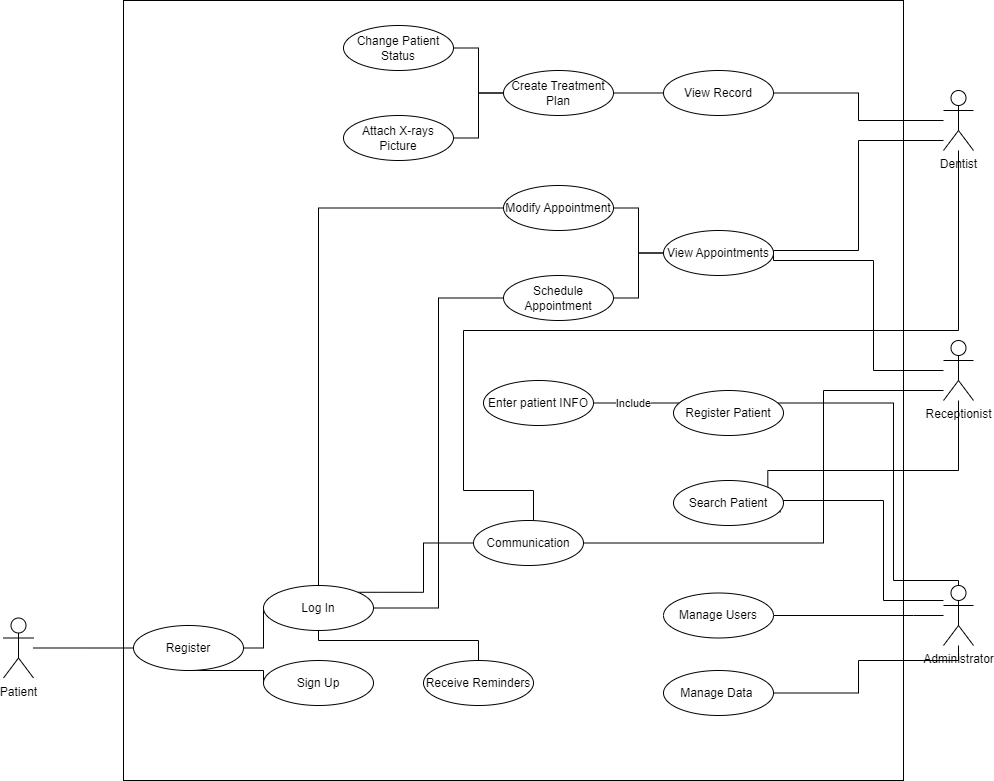
The draw.io diagram UML.drawio.png in MohamedIsa/Dental-Clinic-System, before a commit. Source tidied: cells renumbered, new cells last; positions are measured from the earlier drawing's top-left corner, leaving out a move shared by most shapes.
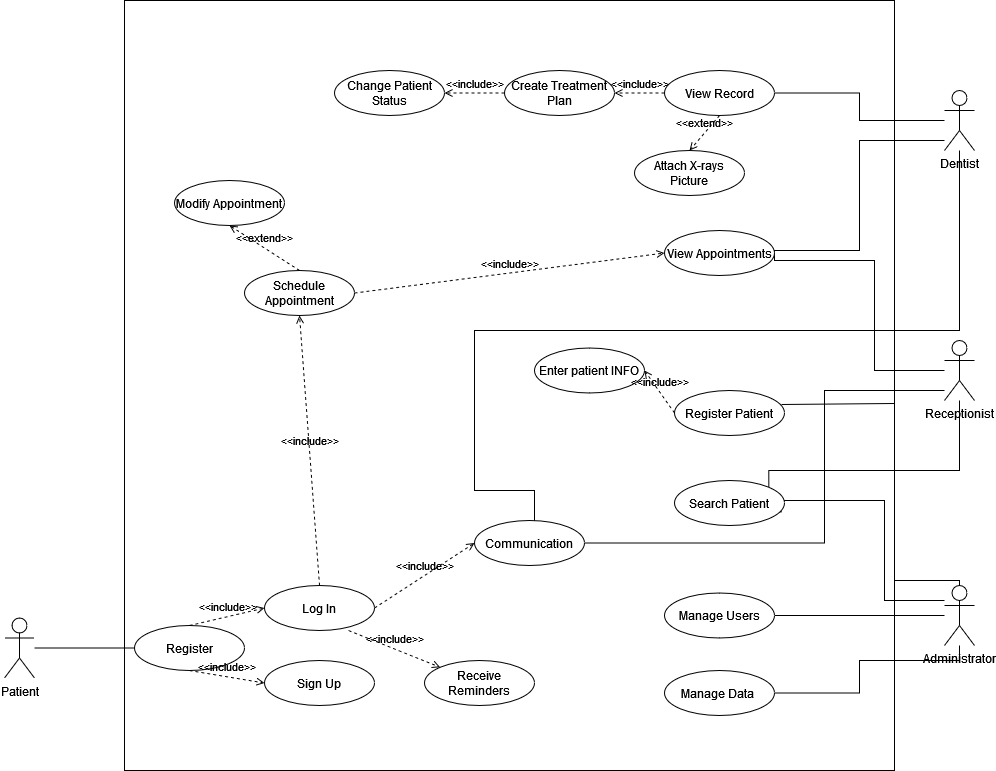
After the commit.

The edit, as a diff of the source:
```diff
@@ -3,7 +3,7 @@
     <mxCell id="0" />
     <mxCell id="1" parent="0" />
     <mxCell id="2" style="whiteSpace=wrap;html=1;" parent="1" vertex="1">
-      <mxGeometry x="120" width="780" height="780" as="geometry" />
+      <mxGeometry x="120" width="770" height="770" as="geometry" />
     </mxCell>
     <mxCell id="3" style="rounded=0;jettySize=auto;html=1;entryX=1;entryY=0.5;entryDx=0;entryDy=0;edgeStyle=orthogonalEdgeStyle;endArrow=none;endFill=0;" parent="1" edge="1" source="6" target="20">
       <mxGeometry relative="1" as="geometry" />
@@ -21,8 +21,8 @@
       <mxGeometry relative="1" as="geometry">
         <Array as="points">
           <mxPoint x="955" y="330" />
-          <mxPoint x="460" y="330" />
-          <mxPoint x="460" y="490" />
+          <mxPoint x="470" y="330" />
+          <mxPoint x="470" y="490" />
           <mxPoint x="530" y="490" />
           <mxPoint x="530" y="543" />
         </Array>
@@ -86,7 +86,7 @@
         </Array>
       </mxGeometry>
     </mxCell>
-    <mxCell id="14" style="edgeStyle=orthogonalEdgeStyle;shape=connector;rounded=0;jettySize=auto;html=1;entryX=1;entryY=0.5;entryDx=0;entryDy=0;labelBackgroundColor=default;strokeColor=default;fontFamily=Helvetica;fontSize=11;fontColor=default;endArrow=none;endFill=0;" parent="1" edge="1" source="16" target="32">
+    <mxCell id="14" style="edgeStyle=orthogonalEdgeStyle;shape=connector;rounded=0;jettySize=auto;html=1;entryX=0.973;entryY=0.311;entryDx=0;entryDy=0;labelBackgroundColor=default;strokeColor=default;fontFamily=Helvetica;fontSize=11;fontColor=default;endArrow=none;endFill=0;entryPerimeter=0;" parent="1" edge="1" source="16" target="34">
       <mxGeometry relative="1" as="geometry">
         <Array as="points">
           <mxPoint x="955" y="580" />
@@ -95,9 +95,6 @@
         </Array>
       </mxGeometry>
     </mxCell>
-    <mxCell id="15" value="Include" style="edgeLabel;html=1;align=center;verticalAlign=middle;fontSize=11;fontFamily=Helvetica;fontColor=default;" parent="14" vertex="1">
-      <mxGeometry x="0.86" relative="1" as="geometry" />
-    </mxCell>
     <mxCell id="16" value="Administrator" style="shape=umlActor;verticalLabelPosition=bottom;verticalAlign=top;html=1;outlineConnect=0;" parent="1" vertex="1">
       <mxGeometry x="940" y="585" width="30" height="60" as="geometry" />
     </mxCell>
@@ -107,47 +104,32 @@
     <mxCell id="18" value="Patient" style="shape=umlActor;verticalLabelPosition=bottom;verticalAlign=top;html=1;outlineConnect=0;" parent="1" vertex="1">
       <mxGeometry y="617.5" width="30" height="60" as="geometry" />
     </mxCell>
-    <mxCell id="19" style="edgeStyle=orthogonalEdgeStyle;shape=connector;rounded=0;jettySize=auto;html=1;exitX=0;exitY=0.5;exitDx=0;exitDy=0;entryX=1;entryY=0.5;entryDx=0;entryDy=0;labelBackgroundColor=default;strokeColor=default;fontFamily=Helvetica;fontSize=11;fontColor=default;endArrow=none;endFill=0;" parent="1" edge="1" source="20" target="23">
-      <mxGeometry relative="1" as="geometry" />
-    </mxCell>
     <mxCell id="20" value="View Record" style="ellipse;whiteSpace=wrap;html=1;" parent="1" vertex="1">
       <mxGeometry x="660" y="70" width="110" height="45" as="geometry" />
     </mxCell>
-    <mxCell id="21" style="edgeStyle=orthogonalEdgeStyle;shape=connector;rounded=0;jettySize=auto;html=1;exitX=0;exitY=0.5;exitDx=0;exitDy=0;labelBackgroundColor=default;strokeColor=default;fontFamily=Helvetica;fontSize=11;fontColor=default;endArrow=none;endFill=0;" parent="1" edge="1" source="23" target="28">
-      <mxGeometry relative="1" as="geometry" />
-    </mxCell>
-    <mxCell id="22" style="edgeStyle=orthogonalEdgeStyle;shape=connector;rounded=0;jettySize=auto;html=1;exitX=0;exitY=0.5;exitDx=0;exitDy=0;entryX=1;entryY=0.5;entryDx=0;entryDy=0;labelBackgroundColor=default;strokeColor=default;fontFamily=Helvetica;fontSize=11;fontColor=default;endArrow=none;endFill=0;" parent="1" edge="1" source="23" target="27">
-      <mxGeometry relative="1" as="geometry" />
-    </mxCell>
     <mxCell id="23" value="Create Treatment Plan" style="ellipse;whiteSpace=wrap;html=1;" parent="1" vertex="1">
       <mxGeometry x="500" y="70" width="110" height="45" as="geometry" />
     </mxCell>
-    <mxCell id="24" style="edgeStyle=orthogonalEdgeStyle;shape=connector;rounded=0;jettySize=auto;html=1;exitX=0;exitY=0.5;exitDx=0;exitDy=0;entryX=1;entryY=0.5;entryDx=0;entryDy=0;labelBackgroundColor=default;strokeColor=default;fontFamily=Helvetica;fontSize=11;fontColor=default;endArrow=none;endFill=0;" parent="1" edge="1" source="26" target="29">
-      <mxGeometry relative="1" as="geometry" />
-    </mxCell>
-    <mxCell id="25" style="edgeStyle=orthogonalEdgeStyle;shape=connector;rounded=0;jettySize=auto;html=1;entryX=1;entryY=0.5;entryDx=0;entryDy=0;labelBackgroundColor=default;strokeColor=default;fontFamily=Helvetica;fontSize=11;fontColor=default;endArrow=none;endFill=0;" parent="1" edge="1" source="26" target="30">
-      <mxGeometry relative="1" as="geometry" />
-    </mxCell>
     <mxCell id="26" value="View Appointments" style="ellipse;whiteSpace=wrap;html=1;" parent="1" vertex="1">
       <mxGeometry x="660" y="230" width="110" height="45" as="geometry" />
     </mxCell>
     <mxCell id="27" value="Attach X-rays Picture" style="ellipse;whiteSpace=wrap;html=1;" parent="1" vertex="1">
-      <mxGeometry x="340" y="115" width="110" height="45" as="geometry" />
+      <mxGeometry x="630" y="150" width="110" height="45" as="geometry" />
     </mxCell>
     <mxCell id="28" value="Change Patient Status" style="ellipse;whiteSpace=wrap;html=1;" parent="1" vertex="1">
-      <mxGeometry x="340" y="25" width="110" height="45" as="geometry" />
+      <mxGeometry x="330" y="70" width="110" height="45" as="geometry" />
     </mxCell>
     <mxCell id="29" value="Modify Appointment" style="ellipse;whiteSpace=wrap;html=1;" parent="1" vertex="1">
-      <mxGeometry x="500" y="185" width="110" height="45" as="geometry" />
+      <mxGeometry x="170" y="180" width="110" height="45" as="geometry" />
     </mxCell>
     <mxCell id="30" value="Schedule Appointment" style="ellipse;whiteSpace=wrap;html=1;" parent="1" vertex="1">
-      <mxGeometry x="500" y="275" width="110" height="45" as="geometry" />
+      <mxGeometry x="240" y="270" width="110" height="45" as="geometry" />
     </mxCell>
     <mxCell id="31" value="Manage Users" style="ellipse;whiteSpace=wrap;html=1;" parent="1" vertex="1">
       <mxGeometry x="660" y="592.5" width="110" height="45" as="geometry" />
     </mxCell>
     <mxCell id="32" value="Enter patient INFO" style="ellipse;whiteSpace=wrap;html=1;" parent="1" vertex="1">
-      <mxGeometry x="480" y="380" width="110" height="45" as="geometry" />
+      <mxGeometry x="530" y="347.5" width="110" height="45" as="geometry" />
     </mxCell>
     <mxCell id="33" value="Manage Data&amp;nbsp;" style="ellipse;whiteSpace=wrap;html=1;" parent="1" vertex="1">
       <mxGeometry x="660" y="670" width="110" height="45" as="geometry" />
@@ -158,43 +140,12 @@
     <mxCell id="35" value="Search Patient" style="ellipse;whiteSpace=wrap;html=1;" parent="1" vertex="1">
       <mxGeometry x="670" y="480" width="110" height="45" as="geometry" />
     </mxCell>
-    <mxCell id="36" style="edgeStyle=orthogonalEdgeStyle;shape=connector;rounded=0;jettySize=auto;html=1;entryX=0;entryY=0.5;entryDx=0;entryDy=0;labelBackgroundColor=default;strokeColor=default;fontFamily=Helvetica;fontSize=11;fontColor=default;endArrow=none;endFill=0;" parent="1" edge="1" source="38" target="44">
-      <mxGeometry relative="1" as="geometry" />
-    </mxCell>
-    <mxCell id="37" style="edgeStyle=orthogonalEdgeStyle;shape=connector;rounded=0;jettySize=auto;html=1;entryX=0;entryY=0.5;entryDx=0;entryDy=0;labelBackgroundColor=default;strokeColor=default;fontFamily=Helvetica;fontSize=11;fontColor=default;endArrow=none;endFill=0;" parent="1" edge="1" source="38" target="39">
-      <mxGeometry relative="1" as="geometry">
-        <Array as="points">
-          <mxPoint x="260" y="670" />
-        </Array>
-      </mxGeometry>
-    </mxCell>
     <mxCell id="38" value="Register" style="ellipse;whiteSpace=wrap;html=1;" parent="1" vertex="1">
       <mxGeometry x="130" y="625" width="110" height="45" as="geometry" />
     </mxCell>
     <mxCell id="39" value="Sign Up" style="ellipse;whiteSpace=wrap;html=1;" parent="1" vertex="1">
       <mxGeometry x="260" y="660" width="110" height="45" as="geometry" />
     </mxCell>
-    <mxCell id="40" style="edgeStyle=orthogonalEdgeStyle;shape=connector;rounded=0;jettySize=auto;html=1;entryX=0;entryY=0.5;entryDx=0;entryDy=0;labelBackgroundColor=default;strokeColor=default;fontFamily=Helvetica;fontSize=11;fontColor=default;endArrow=none;endFill=0;" parent="1" edge="1" source="44" target="30">
-      <mxGeometry relative="1" as="geometry" />
-    </mxCell>
-    <mxCell id="41" style="edgeStyle=orthogonalEdgeStyle;shape=connector;rounded=0;jettySize=auto;html=1;entryX=0;entryY=0.5;entryDx=0;entryDy=0;labelBackgroundColor=default;strokeColor=default;fontFamily=Helvetica;fontSize=11;fontColor=default;endArrow=none;endFill=0;" parent="1" edge="1" source="44" target="29">
-      <mxGeometry relative="1" as="geometry">
-        <Array as="points">
-          <mxPoint x="315" y="207" />
-        </Array>
-      </mxGeometry>
-    </mxCell>
-    <mxCell id="42" style="edgeStyle=orthogonalEdgeStyle;shape=connector;rounded=0;jettySize=auto;html=1;exitX=0.5;exitY=1;exitDx=0;exitDy=0;labelBackgroundColor=default;strokeColor=default;fontFamily=Helvetica;fontSize=11;fontColor=default;endArrow=none;endFill=0;" parent="1" edge="1" source="44" target="45">
-      <mxGeometry relative="1" as="geometry">
-        <Array as="points">
-          <mxPoint x="315" y="640" />
-          <mxPoint x="475" y="640" />
-        </Array>
-      </mxGeometry>
-    </mxCell>
-    <mxCell id="43" style="edgeStyle=orthogonalEdgeStyle;shape=connector;rounded=0;jettySize=auto;html=1;exitX=1;exitY=0;exitDx=0;exitDy=0;entryX=0;entryY=0.5;entryDx=0;entryDy=0;labelBackgroundColor=default;strokeColor=default;fontFamily=Helvetica;fontSize=11;fontColor=default;endArrow=none;endFill=0;" parent="1" edge="1" source="44" target="46">
-      <mxGeometry relative="1" as="geometry" />
-    </mxCell>
     <mxCell id="44" value="Log In" style="ellipse;whiteSpace=wrap;html=1;" parent="1" vertex="1">
       <mxGeometry x="260" y="585" width="110" height="45" as="geometry" />
     </mxCell>
@@ -204,5 +155,38 @@
     <mxCell id="46" value="Communication" style="ellipse;whiteSpace=wrap;html=1;" parent="1" vertex="1">
       <mxGeometry x="470" y="520" width="110" height="45" as="geometry" />
     </mxCell>
+    <mxCell id="19" value="&amp;lt;&amp;lt;include&amp;gt;&amp;gt;" style="html=1;verticalAlign=bottom;labelBackgroundColor=none;endArrow=open;endFill=0;dashed=1;rounded=0;exitX=0;exitY=0.5;exitDx=0;exitDy=0;entryX=1;entryY=0.5;entryDx=0;entryDy=0;" parent="1" edge="1" source="20" target="23">
+      <mxGeometry relative="1" as="geometry" />
+    </mxCell>
+    <mxCell id="47" value="&amp;lt;&amp;lt;extend&amp;gt;&amp;gt;" style="html=1;verticalAlign=bottom;labelBackgroundColor=none;endArrow=open;endFill=0;dashed=1;rounded=0;entryX=0.5;entryY=0;entryDx=0;entryDy=0;exitX=0.5;exitY=1;exitDx=0;exitDy=0;" parent="1" edge="1" source="20" target="27">
+      <mxGeometry relative="1" as="geometry" />
+    </mxCell>
+    <mxCell id="21" value="&amp;lt;&amp;lt;include&amp;gt;&amp;gt;" style="html=1;verticalAlign=bottom;labelBackgroundColor=none;endArrow=open;endFill=0;dashed=1;rounded=0;exitX=0;exitY=0.5;exitDx=0;exitDy=0;entryX=1;entryY=0.5;entryDx=0;entryDy=0;" parent="1" edge="1" source="23" target="28">
+      <mxGeometry relative="1" as="geometry" />
+    </mxCell>
+    <mxCell id="40" value="&amp;lt;&amp;lt;include&amp;gt;&amp;gt;" style="html=1;verticalAlign=bottom;labelBackgroundColor=none;endArrow=open;endFill=0;dashed=1;rounded=0;exitX=0.5;exitY=0;exitDx=0;exitDy=0;entryX=0.5;entryY=1;entryDx=0;entryDy=0;" parent="1" edge="1" source="44" target="30">
+      <mxGeometry relative="1" as="geometry" />
+    </mxCell>
+    <mxCell id="42" value="&amp;lt;&amp;lt;include&amp;gt;&amp;gt;" style="html=1;verticalAlign=bottom;labelBackgroundColor=none;endArrow=open;endFill=0;dashed=1;rounded=0;exitX=0.764;exitY=1;exitDx=0;exitDy=0;entryX=0;entryY=0;entryDx=0;entryDy=0;exitPerimeter=0;" parent="1" edge="1" source="44" target="45">
+      <mxGeometry relative="1" as="geometry" />
+    </mxCell>
+    <mxCell id="43" value="&amp;lt;&amp;lt;include&amp;gt;&amp;gt;" style="html=1;verticalAlign=bottom;labelBackgroundColor=none;endArrow=open;endFill=0;dashed=1;rounded=0;exitX=1;exitY=0.5;exitDx=0;exitDy=0;entryX=0;entryY=0.5;entryDx=0;entryDy=0;" parent="1" edge="1" source="44" target="46">
+      <mxGeometry relative="1" as="geometry" />
+    </mxCell>
+    <mxCell id="36" value="&amp;lt;&amp;lt;include&amp;gt;&amp;gt;" style="html=1;verticalAlign=bottom;labelBackgroundColor=none;endArrow=open;endFill=0;dashed=1;rounded=0;exitX=0.5;exitY=0;exitDx=0;exitDy=0;entryX=0;entryY=0.5;entryDx=0;entryDy=0;" parent="1" edge="1" source="38" target="44">
+      <mxGeometry relative="1" as="geometry" />
+    </mxCell>
+    <mxCell id="37" value="&amp;lt;&amp;lt;include&amp;gt;&amp;gt;" style="html=1;verticalAlign=bottom;labelBackgroundColor=none;endArrow=open;endFill=0;dashed=1;rounded=0;exitX=0.5;exitY=1;exitDx=0;exitDy=0;entryX=0;entryY=0.5;entryDx=0;entryDy=0;" parent="1" edge="1" source="38" target="39">
+      <mxGeometry relative="1" as="geometry" />
+    </mxCell>
+    <mxCell id="48" value="&amp;lt;&amp;lt;include&amp;gt;&amp;gt;" style="html=1;verticalAlign=bottom;labelBackgroundColor=none;endArrow=open;endFill=0;dashed=1;rounded=0;exitX=0;exitY=0.5;exitDx=0;exitDy=0;entryX=1;entryY=0.5;entryDx=0;entryDy=0;" parent="1" edge="1" source="34" target="32">
+      <mxGeometry relative="1" as="geometry" />
+    </mxCell>
+    <mxCell id="49" value="&amp;lt;&amp;lt;include&amp;gt;&amp;gt;" style="html=1;verticalAlign=bottom;labelBackgroundColor=none;endArrow=open;endFill=0;dashed=1;rounded=0;exitX=1;exitY=0.5;exitDx=0;exitDy=0;entryX=0;entryY=0.5;entryDx=0;entryDy=0;" parent="1" edge="1" source="30" target="26">
+      <mxGeometry relative="1" as="geometry" />
+    </mxCell>
+    <mxCell id="50" value="&amp;lt;&amp;lt;extend&amp;gt;&amp;gt;" style="html=1;verticalAlign=bottom;labelBackgroundColor=none;endArrow=open;endFill=0;dashed=1;rounded=0;entryX=0.5;entryY=1;entryDx=0;entryDy=0;exitX=0.5;exitY=0;exitDx=0;exitDy=0;" parent="1" edge="1" source="30" target="29">
+      <mxGeometry relative="1" as="geometry" />
+    </mxCell>
   </root>
 </mxGraphModel>
```
